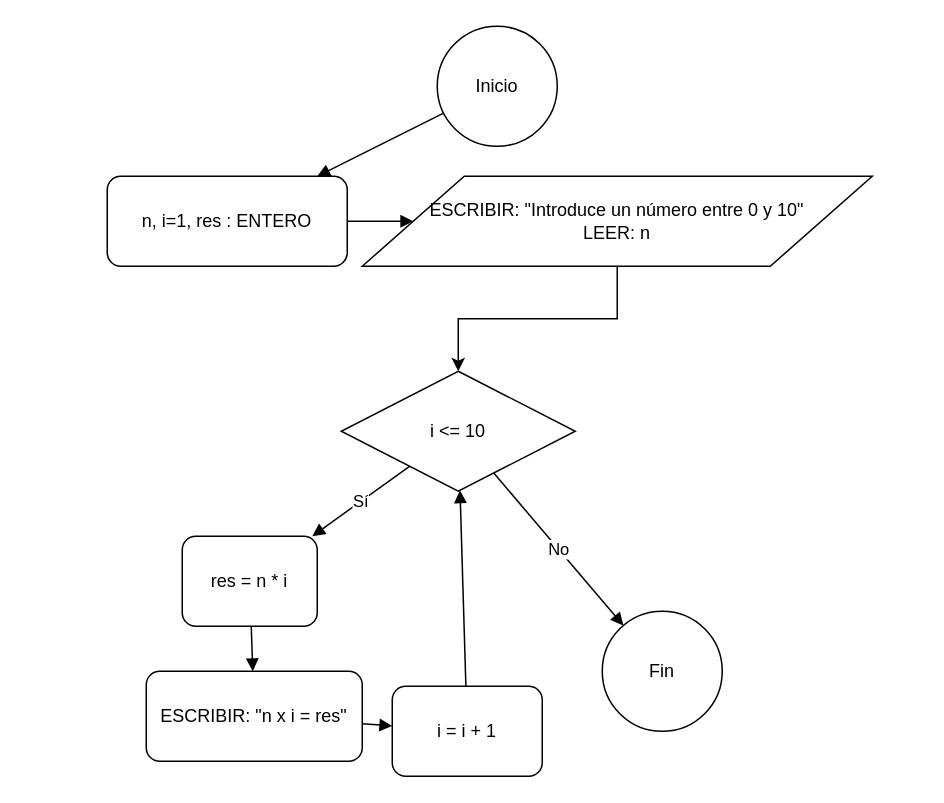
The draw.io diagram Programacion/Tema1/Diagramas de flujo/Relacion 2/diagrama_tabla_multiplicar.drawio in PavDev3/CFGS-DAW, before the edit. Source tidied: cells renumbered, new cells numbered last; positions are measured from the earlier drawing's top-left corner, leaving out a move shared by most shapes. Both pictures are drawn from the tidied source at 150%, with x=0, y=0 at pixel (106, 26).
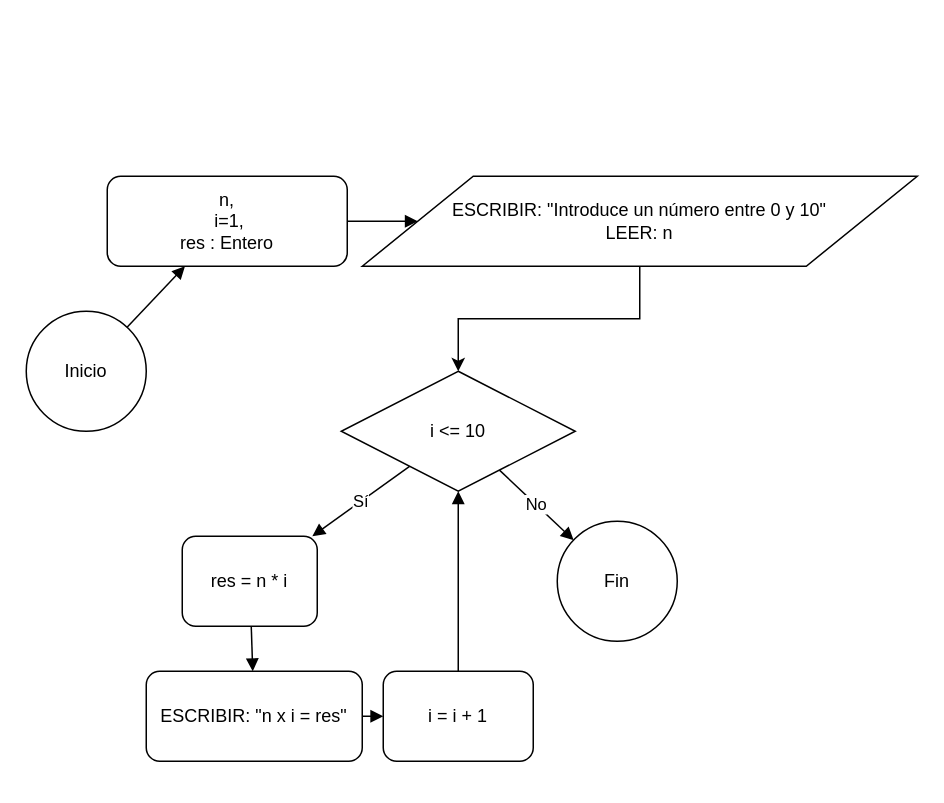
The same page after the edit.

Commit message (it also covers changes not shown here):
diagramas y tarea ipe

What changed in the source:
```diff
@@
 <mxGraphModel>
   <root>
     <mxCell id="0" />
     <mxCell id="1" parent="0" />
     <mxCell id="2" value="Inicio" style="ellipse;whiteSpace=wrap;html=1;" parent="1" vertex="1">
-      <mxGeometry x="220" width="80" height="80" as="geometry" />
+      <mxGeometry x="-54" y="190" width="80" height="80" as="geometry" />
     </mxCell>
-    <mxCell id="3" value="&lt;div&gt;&lt;span style=&quot;background-color: transparent; color: light-dark(rgb(0, 0, 0), rgb(255, 255, 255));&quot;&gt;n, i=1, res : ENTERO&lt;/span&gt;&lt;/div&gt;" style="rounded=1;whiteSpace=wrap;html=1;" parent="1" vertex="1">
+    <mxCell id="3" value="n,&lt;br&gt;&amp;nbsp;i=1, &lt;br&gt;res : Entero" style="rounded=1;whiteSpace=wrap;html=1;" parent="1" vertex="1">
       <mxGeometry y="100" width="160" height="60" as="geometry" />
     </mxCell>
     <mxCell id="4" style="edgeStyle=orthogonalEdgeStyle;rounded=0;jettySize=auto;html=1;" parent="1" edge="1" source="5" target="6">
       <mxGeometry relative="1" as="geometry" />
     </mxCell>
     <mxCell id="5" value="ESCRIBIR: &quot;Introduce un número entre 0 y 10&quot;&lt;div&gt;LEER: n&lt;/div&gt;" style="shape=parallelogram;perimeter=parallelogramPerimeter;whiteSpace=wrap;html=1;" parent="1" vertex="1">
-      <mxGeometry x="170" y="100" width="340" height="60" as="geometry" />
+      <mxGeometry x="170" y="100" width="370" height="60" as="geometry" />
     </mxCell>
     <mxCell id="6" value="i &amp;lt;= 10" style="rhombus;whiteSpace=wrap;html=1;" parent="1" vertex="1">
       <mxGeometry x="156" y="230" width="156" height="80" as="geometry" />
     </mxCell>
     <mxCell id="7" value="res = n * i" style="rounded=1;whiteSpace=wrap;html=1;" parent="1" vertex="1">
       <mxGeometry x="50" y="340" width="90" height="60" as="geometry" />
     </mxCell>
     <mxCell id="8" value="ESCRIBIR: &quot;n x i = res&quot;" style="rounded=1;whiteSpace=wrap;html=1;" parent="1" vertex="1">
       <mxGeometry x="26" y="430" width="144" height="60" as="geometry" />
     </mxCell>
     <mxCell id="9" value="i = i + 1" style="rounded=1;whiteSpace=wrap;html=1;" parent="1" vertex="1">
-      <mxGeometry x="190" y="440" width="100" height="60" as="geometry" />
+      <mxGeometry x="184" y="430" width="100" height="60" as="geometry" />
     </mxCell>
     <mxCell id="10" value="Fin" style="ellipse;whiteSpace=wrap;html=1;" parent="1" vertex="1">
-      <mxGeometry x="330" y="390" width="80" height="80" as="geometry" />
+      <mxGeometry x="300" y="330" width="80" height="80" as="geometry" />
     </mxCell>
     <mxCell id="11" style="endArrow=block;rounded=1;html=1;" parent="1" edge="1" source="2" target="3">
       <mxGeometry relative="1" as="geometry" />
     </mxCell>
     <mxCell id="12" style="endArrow=block;rounded=1;html=1;" parent="1" edge="1" source="3" target="5">
       <mxGeometry relative="1" as="geometry" />
     </mxCell>
     <mxCell id="13" value="Sí" style="endArrow=block;rounded=1;html=1;" parent="1" edge="1" source="6" target="7">
       <mxGeometry relative="1" as="geometry" />
     </mxCell>
     <mxCell id="14" value="No" style="endArrow=block;rounded=1;html=1;" parent="1" edge="1" source="6" target="10">
       <mxGeometry relative="1" as="geometry" />
     </mxCell>
     <mxCell id="15" style="endArrow=block;rounded=1;html=1;" parent="1" edge="1" source="7" target="8">
       <mxGeometry relative="1" as="geometry" />
     </mxCell>
     <mxCell id="16" style="endArrow=block;rounded=1;html=1;" parent="1" edge="1" source="8" target="9">
       <mxGeometry relative="1" as="geometry" />
     </mxCell>
     <mxCell id="17" style="endArrow=block;rounded=1;html=1;" parent="1" edge="1" source="9" target="6">
       <mxGeometry relative="1" as="geometry" />
     </mxCell>
   </root>
 </mxGraphModel>
```
